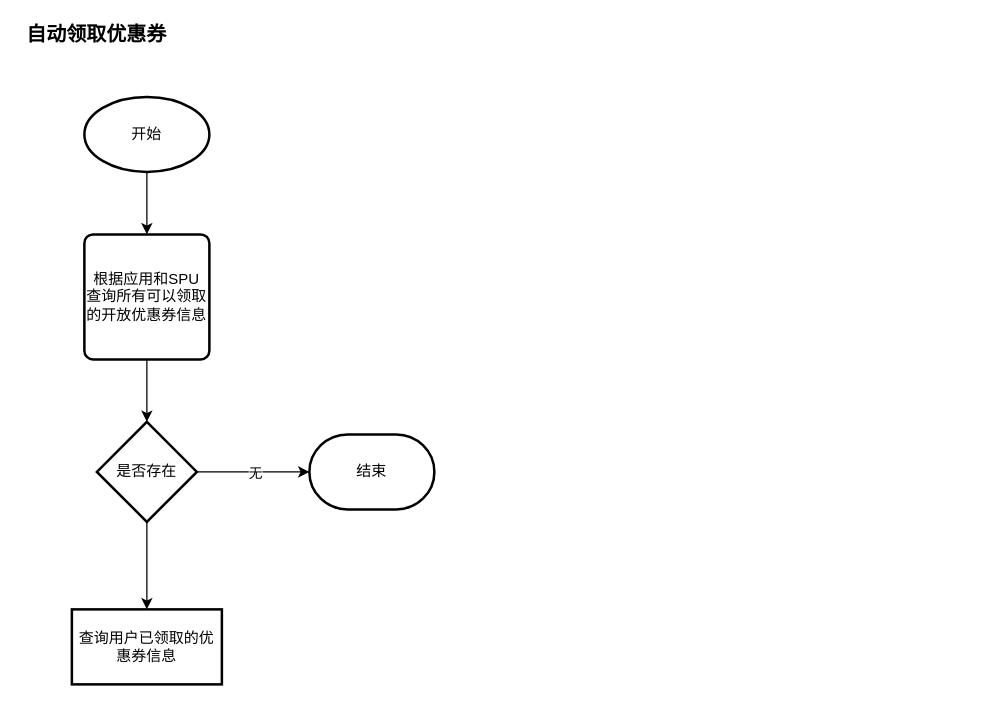
The draw.io diagram 未命名绘图.drawio in SteveGlory/steveglory.github.io, before the edit. Source tidied: cells renumbered, new cells numbered last; positions are measured from the earlier drawing's top-left corner, leaving out a move shared by most shapes. Both pictures are drawn from the tidied source at 125%, with x=0, y=0 at pixel (21, 21).
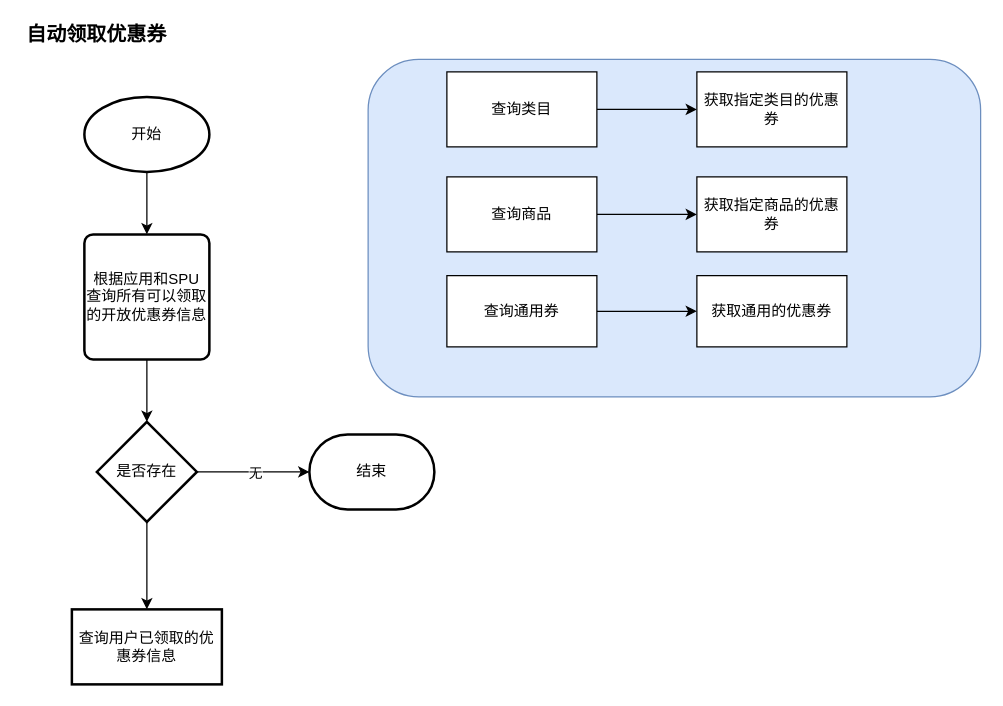
After the change.

Commit message (it also covers changes not shown here):
更新未命名绘图.drawio

The edit, as a diff of the source:
```diff
@@
+    <mxCell id="13" style="rounded=1;whiteSpace=wrap;html=1;fillColor=#dae8fc;strokeColor=#6c8ebf;" parent="1" vertex="1">
+      <mxGeometry x="277" y="30" width="490" height="270" as="geometry" />
+    </mxCell>
@@
+    <mxCell id="14" style="edgeStyle=orthogonalEdgeStyle;rounded=0;jettySize=auto;html=1;" parent="1" edge="1" source="15" target="16">
+      <mxGeometry relative="1" as="geometry" />
+    </mxCell>
+    <mxCell id="15" value="查询类目" style="rounded=0;whiteSpace=wrap;html=1;" parent="1" vertex="1">
+      <mxGeometry x="340" y="40" width="120" height="60" as="geometry" />
+    </mxCell>
+    <mxCell id="16" value="获取指定类目的优惠券" style="rounded=0;whiteSpace=wrap;html=1;" parent="1" vertex="1">
+      <mxGeometry x="540" y="40" width="120" height="60" as="geometry" />
+    </mxCell>
+    <mxCell id="17" style="edgeStyle=orthogonalEdgeStyle;rounded=0;jettySize=auto;html=1;" parent="1" edge="1" source="18" target="19">
+      <mxGeometry relative="1" as="geometry" />
+    </mxCell>
+    <mxCell id="18" value="查询商品" style="rounded=0;whiteSpace=wrap;html=1;" parent="1" vertex="1">
+      <mxGeometry x="340" y="124" width="120" height="60" as="geometry" />
+    </mxCell>
+    <mxCell id="19" value="获取指定商品的优惠券" style="rounded=0;whiteSpace=wrap;html=1;" parent="1" vertex="1">
+      <mxGeometry x="540" y="124" width="120" height="60" as="geometry" />
+    </mxCell>
+    <mxCell id="20" style="edgeStyle=orthogonalEdgeStyle;rounded=0;jettySize=auto;html=1;" parent="1" edge="1" source="21" target="22">
+      <mxGeometry relative="1" as="geometry" />
+    </mxCell>
+    <mxCell id="21" value="查询通用券" style="rounded=0;whiteSpace=wrap;html=1;" parent="1" vertex="1">
+      <mxGeometry x="340" y="203" width="120" height="57" as="geometry" />
+    </mxCell>
+    <mxCell id="22" value="获取通用的优惠券" style="rounded=0;whiteSpace=wrap;html=1;" parent="1" vertex="1">
+      <mxGeometry x="540" y="203" width="120" height="57" as="geometry" />
+    </mxCell>
```
